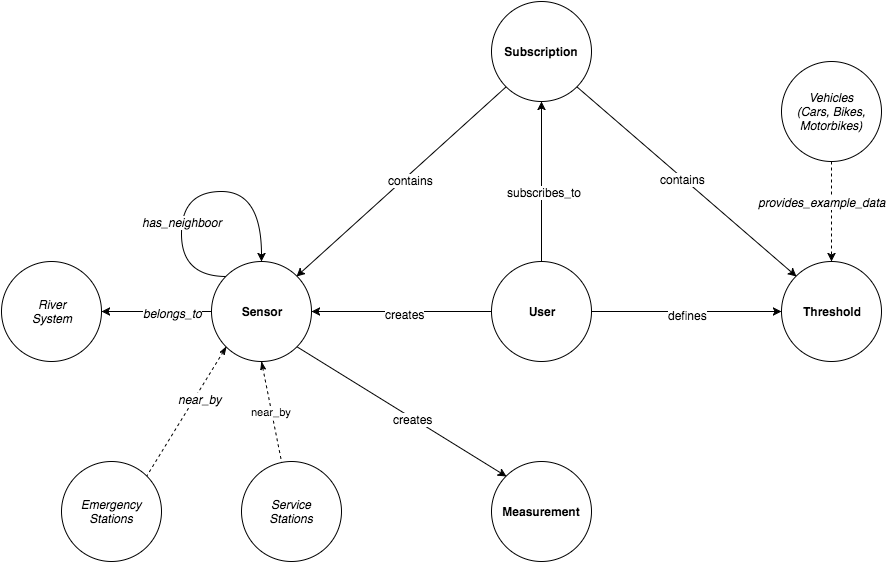
This is docs/img/relationships.png from nicho90/GWoT-VST-Docs, a draw.io export, as it was before one commit. Source tidied: cells renumbered, new cells last; positions are measured from the earlier drawing's top-left corner, leaving out a move shared by most shapes. Source of this version:
```xml
<mxGraphModel background="#ffffff">
  <root>
    <mxCell id="0" />
    <mxCell id="1" parent="0" />
    <mxCell id="2" style="edgeStyle=none;rounded=1;html=1;exitX=1;exitY=0.5;labelBackgroundColor=#ffffff;startArrow=none;startFill=0;endArrow=classic;endFill=1;jettySize=auto;strokeColor=#000000;strokeWidth=1;fontColor=#000000;fillColor=#ffffff;" parent="1" edge="1" source="8" target="18">
      <mxGeometry relative="1" as="geometry" />
    </mxCell>
    <mxCell id="3" value="defines" style="text;html=1;align=center;verticalAlign=middle;labelBackgroundColor=#ffffff;fontColor=#000000;" parent="2" vertex="1">
      <mxGeometry x="0.01" y="-3" relative="1" as="geometry" />
    </mxCell>
    <mxCell id="4" style="edgeStyle=none;rounded=1;html=1;exitX=0.5;exitY=0;labelBackgroundColor=#ffffff;startArrow=none;startFill=0;endArrow=classic;endFill=1;jettySize=auto;strokeColor=#000000;strokeWidth=1;fontColor=#000000;fillColor=#ffffff;" parent="1" edge="1" source="8" target="23">
      <mxGeometry relative="1" as="geometry" />
    </mxCell>
    <mxCell id="5" value="subscribes_to" style="text;html=1;align=center;verticalAlign=middle;labelBackgroundColor=#ffffff;fontColor=#000000;" parent="4" vertex="1">
      <mxGeometry x="-0.13" y="-2" relative="1" as="geometry" />
    </mxCell>
    <mxCell id="6" style="edgeStyle=none;rounded=1;html=1;exitX=0;exitY=0.5;entryX=1;entryY=0.5;labelBackgroundColor=#ffffff;startArrow=none;startFill=0;endArrow=classic;endFill=1;jettySize=auto;strokeColor=#000000;strokeWidth=1;fontColor=#000000;fillColor=#ffffff;" parent="1" edge="1" source="8" target="17">
      <mxGeometry relative="1" as="geometry" />
    </mxCell>
    <mxCell id="7" value="creates" style="text;html=1;align=center;verticalAlign=middle;labelBackgroundColor=#ffffff;fontColor=#000000;" parent="6" vertex="1">
      <mxGeometry x="-0.04" y="2" relative="1" as="geometry" />
    </mxCell>
    <mxCell id="8" value="User" style="ellipse;whiteSpace=wrap;html=1;labelBackgroundColor=none;fontColor=#000000;align=center;fontStyle=1;fillColor=#ffffff;strokeColor=#000000;" parent="1" vertex="1">
      <mxGeometry x="490" y="260" width="100" height="100" as="geometry" />
    </mxCell>
    <mxCell id="9" value="&lt;b&gt;Measurement&lt;/b&gt;" style="ellipse;whiteSpace=wrap;html=1;labelBackgroundColor=none;fontColor=#000000;align=center;fillColor=#ffffff;strokeColor=#000000;" parent="1" vertex="1">
      <mxGeometry x="490" y="460" width="100" height="100" as="geometry" />
    </mxCell>
    <mxCell id="10" style="edgeStyle=none;rounded=1;html=1;exitX=0;exitY=0.5;labelBackgroundColor=#ffffff;startArrow=none;startFill=0;endArrow=classic;endFill=1;jettySize=auto;strokeColor=#000000;strokeWidth=1;fontColor=#000000;fillColor=#ffffff;" parent="1" edge="1" source="17" target="27">
      <mxGeometry relative="1" as="geometry" />
    </mxCell>
    <mxCell id="11" value="belongs_to" style="text;html=1;align=center;verticalAlign=middle;labelBackgroundColor=#ffffff;fontColor=#000000;fontStyle=2;" parent="10" vertex="1">
      <mxGeometry x="-0.3" y="1" relative="1" as="geometry" />
    </mxCell>
    <mxCell id="12" style="edgeStyle=none;rounded=1;html=1;exitX=1;exitY=1;entryX=0;entryY=0;labelBackgroundColor=#ffffff;startArrow=none;startFill=0;endArrow=classic;endFill=1;jettySize=auto;strokeColor=#000000;strokeWidth=1;fontColor=#000000;fillColor=#ffffff;" parent="1" edge="1" source="17" target="9">
      <mxGeometry relative="1" as="geometry" />
    </mxCell>
    <mxCell id="13" value="creates" style="text;html=1;align=center;verticalAlign=middle;labelBackgroundColor=#ffffff;fontColor=#000000;" parent="12" vertex="1">
      <mxGeometry x="0.11" relative="1" as="geometry" />
    </mxCell>
    <mxCell id="14" style="edgeStyle=orthogonalEdgeStyle;rounded=1;html=1;exitX=0;exitY=0;labelBackgroundColor=#ffffff;startArrow=none;startFill=0;endArrow=classic;endFill=1;jettySize=auto;orthogonalLoop=1;strokeColor=#000000;strokeWidth=1;fontColor=#000000;entryX=0.5;entryY=0;curved=1;fillColor=#ffffff;" parent="1" edge="1" source="17" target="17">
      <mxGeometry relative="1" as="geometry">
        <Array as="points">
          <mxPoint x="180" y="275" />
          <mxPoint x="180" y="190" />
          <mxPoint x="260" y="190" />
        </Array>
      </mxGeometry>
    </mxCell>
    <mxCell id="15" value="has_neighboor" style="text;html=1;align=center;verticalAlign=middle;labelBackgroundColor=#ffffff;fontColor=#000000;fontStyle=2;" parent="14" vertex="1">
      <mxGeometry x="-0.13" y="-13" relative="1" as="geometry">
        <mxPoint x="-13" y="22" as="offset" />
      </mxGeometry>
    </mxCell>
    <mxCell id="16" value="near_by" style="rounded=1;html=1;exitX=0.5;exitY=1;labelBackgroundColor=#ffffff;startArrow=classicThin;startFill=1;endArrow=none;endFill=0;jettySize=auto;strokeColor=#000000;strokeWidth=1;fontColor=#000000;dashed=1;fillColor=#ffffff;" parent="1" edge="1" source="17" target="28">
      <mxGeometry relative="1" as="geometry" />
    </mxCell>
    <mxCell id="17" value="Sensor" style="ellipse;whiteSpace=wrap;html=1;labelBackgroundColor=none;fontColor=#000000;align=center;fontStyle=1;fillColor=#ffffff;strokeColor=#000000;" parent="1" vertex="1">
      <mxGeometry x="210" y="260" width="100" height="100" as="geometry" />
    </mxCell>
    <mxCell id="18" value="Threshold" style="ellipse;whiteSpace=wrap;html=1;labelBackgroundColor=none;fontColor=#000000;align=center;fontStyle=1;fillColor=#ffffff;strokeColor=#000000;" parent="1" vertex="1">
      <mxGeometry x="780" y="260" width="100" height="100" as="geometry" />
    </mxCell>
    <mxCell id="19" style="edgeStyle=none;rounded=1;html=1;exitX=0;exitY=1;entryX=1;entryY=0;labelBackgroundColor=#ffffff;startArrow=none;startFill=0;endArrow=classic;endFill=1;jettySize=auto;strokeColor=#000000;strokeWidth=1;fontColor=#000000;fillColor=#ffffff;" parent="1" edge="1" source="23" target="17">
      <mxGeometry relative="1" as="geometry" />
    </mxCell>
    <mxCell id="20" value="contains" style="text;html=1;align=center;verticalAlign=middle;labelBackgroundColor=#ffffff;fontColor=#000000;" parent="19" vertex="1">
      <mxGeometry x="-0.05" y="5" relative="1" as="geometry" />
    </mxCell>
    <mxCell id="21" style="edgeStyle=none;rounded=1;html=1;exitX=1;exitY=1;entryX=0;entryY=0;labelBackgroundColor=#ffffff;startArrow=none;startFill=0;endArrow=classic;endFill=1;jettySize=auto;strokeColor=#000000;strokeWidth=1;fontColor=#000000;fillColor=#ffffff;" parent="1" edge="1" source="23" target="18">
      <mxGeometry relative="1" as="geometry" />
    </mxCell>
    <mxCell id="22" value="contains" style="text;html=1;align=center;verticalAlign=middle;labelBackgroundColor=#ffffff;fontColor=#000000;" parent="21" vertex="1">
      <mxGeometry x="-0.03" y="-1" relative="1" as="geometry" />
    </mxCell>
    <mxCell id="23" value="Subscription" style="ellipse;whiteSpace=wrap;html=1;labelBackgroundColor=none;fontColor=#000000;align=center;fontStyle=1;fillColor=#ffffff;strokeColor=#000000;" parent="1" vertex="1">
      <mxGeometry x="490" width="100" height="100" as="geometry" />
    </mxCell>
    <mxCell id="24" style="edgeStyle=none;rounded=1;html=1;exitX=0.5;exitY=1;entryX=0.5;entryY=0;dashed=1;labelBackgroundColor=#ffffff;startArrow=none;startFill=0;endArrow=classic;endFill=1;jettySize=auto;strokeColor=#000000;strokeWidth=1;fontColor=#000000;fillColor=#ffffff;" parent="1" edge="1" source="26" target="18">
      <mxGeometry relative="1" as="geometry" />
    </mxCell>
    <mxCell id="25" value="provides_example_data" style="text;html=1;align=center;verticalAlign=middle;labelBackgroundColor=#ffffff;fontColor=#000000;fontStyle=2;" parent="24" vertex="1">
      <mxGeometry x="-0.15" relative="1" as="geometry">
        <mxPoint x="-10" y="-3" as="offset" />
      </mxGeometry>
    </mxCell>
    <mxCell id="26" value="Vehicles&lt;div&gt;(Cars, Bikes, Motorbikes&lt;span style=&quot;line-height: 1.2&quot;&gt;)&lt;/span&gt;&lt;/div&gt;" style="ellipse;whiteSpace=wrap;html=1;labelBackgroundColor=none;fontColor=#000000;align=center;fontStyle=2;fillColor=#ffffff;strokeColor=#000000;" parent="1" vertex="1">
      <mxGeometry x="780" y="60" width="100" height="100" as="geometry" />
    </mxCell>
    <mxCell id="27" value="River&lt;div&gt;System&lt;/div&gt;" style="ellipse;whiteSpace=wrap;html=1;labelBackgroundColor=none;fontColor=#000000;align=center;fontStyle=2;fillColor=#ffffff;strokeColor=#000000;" parent="1" vertex="1">
      <mxGeometry y="260" width="100" height="100" as="geometry" />
    </mxCell>
    <mxCell id="28" value="Service&lt;div&gt;&lt;span style=&quot;line-height: 1.2&quot;&gt;Stations&lt;/span&gt;&lt;br&gt;&lt;/div&gt;" style="ellipse;whiteSpace=wrap;html=1;labelBackgroundColor=none;fontColor=#000000;align=center;fontStyle=2;fillColor=#ffffff;strokeColor=#000000;" parent="1" vertex="1">
      <mxGeometry x="240" y="460" width="100" height="100" as="geometry" />
    </mxCell>
    <mxCell id="29" style="edgeStyle=none;rounded=1;html=1;exitX=0;exitY=1;dashed=1;labelBackgroundColor=#ffffff;startArrow=classicThin;startFill=1;endArrow=none;endFill=0;jettySize=auto;strokeColor=#000000;strokeWidth=1;fontColor=#000000;entryX=1;entryY=0;fillColor=#ffffff;" parent="1" edge="1" source="17" target="31">
      <mxGeometry relative="1" as="geometry" />
    </mxCell>
    <mxCell id="30" value="near_by" style="text;html=1;align=center;verticalAlign=middle;labelBackgroundColor=#ffffff;fontColor=#000000;fontStyle=2;" parent="29" vertex="1">
      <mxGeometry x="-0.23" y="4" relative="1" as="geometry">
        <mxPoint y="1" as="offset" />
      </mxGeometry>
    </mxCell>
    <mxCell id="31" value="&lt;div&gt;Emergency Stations&lt;/div&gt;" style="ellipse;whiteSpace=wrap;html=1;labelBackgroundColor=none;fontColor=#000000;align=center;fontStyle=2;fillColor=#ffffff;strokeColor=#000000;" parent="1" vertex="1">
      <mxGeometry x="60" y="460" width="100" height="100" as="geometry" />
    </mxCell>
  </root>
</mxGraphModel>
```
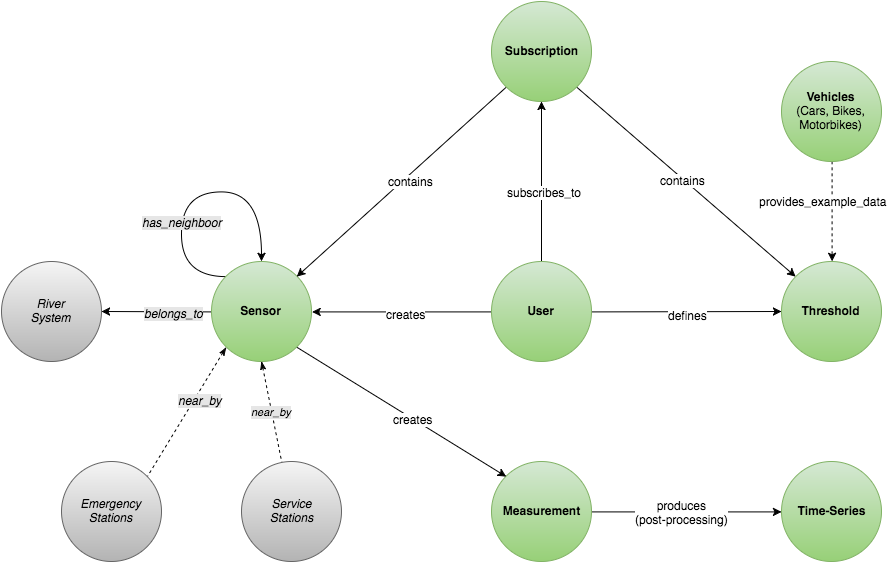
The same diagram one commit later.

Commit message:
Updated relationship-overview

What changed in the source:
```diff
@@ -20,16 +20,24 @@
     <mxCell id="7" value="creates" style="text;html=1;align=center;verticalAlign=middle;labelBackgroundColor=#ffffff;fontColor=#000000;" parent="6" vertex="1">
       <mxGeometry x="-0.04" y="2" relative="1" as="geometry" />
     </mxCell>
-    <mxCell id="8" value="User" style="ellipse;whiteSpace=wrap;html=1;labelBackgroundColor=none;fontColor=#000000;align=center;fontStyle=1;fillColor=#ffffff;strokeColor=#000000;" parent="1" vertex="1">
+    <mxCell id="8" value="User" style="ellipse;whiteSpace=wrap;html=1;labelBackgroundColor=none;fontColor=#000000;align=center;fontStyle=1;plain-green;" parent="1" vertex="1">
       <mxGeometry x="490" y="260" width="100" height="100" as="geometry" />
     </mxCell>
+    <mxCell id="32" style="edgeStyle=none;rounded=0;html=1;exitX=1;exitY=0.5;entryX=0;entryY=0.5;labelBackgroundColor=#ffffff;startArrow=none;startFill=0;endArrow=classic;endFill=1;jettySize=auto;" parent="1" edge="1" source="9" target="34">
+      <mxGeometry relative="1" as="geometry" />
+    </mxCell>
+    <mxCell id="33" value="produces&lt;div&gt;(post-processing)&lt;/div&gt;" style="text;html=1;align=center;verticalAlign=middle;labelBackgroundColor=#ffffff;" parent="32" vertex="1">
+      <mxGeometry x="-0.26" y="2" relative="1" as="geometry">
+        <mxPoint x="20" y="2" as="offset" />
+      </mxGeometry>
+    </mxCell>
-    <mxCell id="9" value="&lt;b&gt;Measurement&lt;/b&gt;" style="ellipse;whiteSpace=wrap;html=1;labelBackgroundColor=none;fontColor=#000000;align=center;fillColor=#ffffff;strokeColor=#000000;" parent="1" vertex="1">
+    <mxCell id="9" value="&lt;b&gt;Measurement&lt;/b&gt;" style="ellipse;whiteSpace=wrap;html=1;labelBackgroundColor=none;fontColor=#000000;align=center;plain-green;" parent="1" vertex="1">
       <mxGeometry x="490" y="460" width="100" height="100" as="geometry" />
     </mxCell>
     <mxCell id="10" style="edgeStyle=none;rounded=1;html=1;exitX=0;exitY=0.5;labelBackgroundColor=#ffffff;startArrow=none;startFill=0;endArrow=classic;endFill=1;jettySize=auto;strokeColor=#000000;strokeWidth=1;fontColor=#000000;fillColor=#ffffff;" parent="1" edge="1" source="17" target="27">
       <mxGeometry relative="1" as="geometry" />
     </mxCell>
-    <mxCell id="11" value="belongs_to" style="text;html=1;align=center;verticalAlign=middle;labelBackgroundColor=#ffffff;fontColor=#000000;fontStyle=2;" parent="10" vertex="1">
+    <mxCell id="11" value="belongs_to" style="text;html=1;align=center;verticalAlign=middle;labelBackgroundColor=#E6E6E6;fontColor=#000000;fontStyle=2;" parent="10" vertex="1">
       <mxGeometry x="-0.3" y="1" relative="1" as="geometry" />
     </mxCell>
     <mxCell id="12" style="edgeStyle=none;rounded=1;html=1;exitX=1;exitY=1;entryX=0;entryY=0;labelBackgroundColor=#ffffff;startArrow=none;startFill=0;endArrow=classic;endFill=1;jettySize=auto;strokeColor=#000000;strokeWidth=1;fontColor=#000000;fillColor=#ffffff;" parent="1" edge="1" source="17" target="9">
@@ -47,18 +55,18 @@
         </Array>
       </mxGeometry>
     </mxCell>
-    <mxCell id="15" value="has_neighboor" style="text;html=1;align=center;verticalAlign=middle;labelBackgroundColor=#ffffff;fontColor=#000000;fontStyle=2;" parent="14" vertex="1">
+    <mxCell id="15" value="has_neighboor" style="text;html=1;align=center;verticalAlign=middle;labelBackgroundColor=#E6E6E6;fontColor=#000000;fontStyle=2;" parent="14" vertex="1">
       <mxGeometry x="-0.13" y="-13" relative="1" as="geometry">
         <mxPoint x="-13" y="22" as="offset" />
       </mxGeometry>
     </mxCell>
-    <mxCell id="16" value="near_by" style="rounded=1;html=1;exitX=0.5;exitY=1;labelBackgroundColor=#ffffff;startArrow=classicThin;startFill=1;endArrow=none;endFill=0;jettySize=auto;strokeColor=#000000;strokeWidth=1;fontColor=#000000;dashed=1;fillColor=#ffffff;" parent="1" edge="1" source="17" target="28">
+    <mxCell id="16" value="near_by" style="rounded=1;html=1;exitX=0.5;exitY=1;labelBackgroundColor=#E6E6E6;startArrow=classicThin;startFill=1;endArrow=none;endFill=0;jettySize=auto;strokeColor=#000000;strokeWidth=1;fontColor=#000000;dashed=1;fillColor=#ffffff;fontStyle=2;" parent="1" edge="1" source="17" target="28">
       <mxGeometry relative="1" as="geometry" />
     </mxCell>
-    <mxCell id="17" value="Sensor" style="ellipse;whiteSpace=wrap;html=1;labelBackgroundColor=none;fontColor=#000000;align=center;fontStyle=1;fillColor=#ffffff;strokeColor=#000000;" parent="1" vertex="1">
+    <mxCell id="17" value="Sensor" style="ellipse;whiteSpace=wrap;html=1;labelBackgroundColor=none;fontColor=#000000;align=center;fontStyle=1;plain-green;" parent="1" vertex="1">
       <mxGeometry x="210" y="260" width="100" height="100" as="geometry" />
     </mxCell>
-    <mxCell id="18" value="Threshold" style="ellipse;whiteSpace=wrap;html=1;labelBackgroundColor=none;fontColor=#000000;align=center;fontStyle=1;fillColor=#ffffff;strokeColor=#000000;" parent="1" vertex="1">
+    <mxCell id="18" value="Threshold" style="ellipse;whiteSpace=wrap;html=1;labelBackgroundColor=none;fontColor=#000000;align=center;fontStyle=1;plain-green;" parent="1" vertex="1">
       <mxGeometry x="780" y="260" width="100" height="100" as="geometry" />
     </mxCell>
     <mxCell id="19" style="edgeStyle=none;rounded=1;html=1;exitX=0;exitY=1;entryX=1;entryY=0;labelBackgroundColor=#ffffff;startArrow=none;startFill=0;endArrow=classic;endFill=1;jettySize=auto;strokeColor=#000000;strokeWidth=1;fontColor=#000000;fillColor=#ffffff;" parent="1" edge="1" source="23" target="17">
@@ -73,36 +81,39 @@
     <mxCell id="22" value="contains" style="text;html=1;align=center;verticalAlign=middle;labelBackgroundColor=#ffffff;fontColor=#000000;" parent="21" vertex="1">
       <mxGeometry x="-0.03" y="-1" relative="1" as="geometry" />
     </mxCell>
-    <mxCell id="23" value="Subscription" style="ellipse;whiteSpace=wrap;html=1;labelBackgroundColor=none;fontColor=#000000;align=center;fontStyle=1;fillColor=#ffffff;strokeColor=#000000;" parent="1" vertex="1">
+    <mxCell id="23" value="Subscription" style="ellipse;whiteSpace=wrap;html=1;labelBackgroundColor=none;fontColor=#000000;align=center;fontStyle=1;plain-green;" parent="1" vertex="1">
       <mxGeometry x="490" width="100" height="100" as="geometry" />
     </mxCell>
     <mxCell id="24" style="edgeStyle=none;rounded=1;html=1;exitX=0.5;exitY=1;entryX=0.5;entryY=0;dashed=1;labelBackgroundColor=#ffffff;startArrow=none;startFill=0;endArrow=classic;endFill=1;jettySize=auto;strokeColor=#000000;strokeWidth=1;fontColor=#000000;fillColor=#ffffff;" parent="1" edge="1" source="26" target="18">
       <mxGeometry relative="1" as="geometry" />
     </mxCell>
-    <mxCell id="25" value="provides_example_data" style="text;html=1;align=center;verticalAlign=middle;labelBackgroundColor=#ffffff;fontColor=#000000;fontStyle=2;" parent="24" vertex="1">
+    <mxCell id="25" value="provides_example_data" style="text;html=1;align=center;verticalAlign=middle;labelBackgroundColor=#ffffff;fontColor=#000000;fontStyle=0;" parent="24" vertex="1">
       <mxGeometry x="-0.15" relative="1" as="geometry">
         <mxPoint x="-10" y="-3" as="offset" />
       </mxGeometry>
     </mxCell>
-    <mxCell id="26" value="Vehicles&lt;div&gt;(Cars, Bikes, Motorbikes&lt;span style=&quot;line-height: 1.2&quot;&gt;)&lt;/span&gt;&lt;/div&gt;" style="ellipse;whiteSpace=wrap;html=1;labelBackgroundColor=none;fontColor=#000000;align=center;fontStyle=2;fillColor=#ffffff;strokeColor=#000000;" parent="1" vertex="1">
+    <mxCell id="26" value="&lt;b&gt;Vehicles&lt;/b&gt;&lt;div&gt;(Cars, Bikes, Motorbikes&lt;span style=&quot;line-height: 1.2&quot;&gt;)&lt;/span&gt;&lt;/div&gt;" style="ellipse;whiteSpace=wrap;html=1;labelBackgroundColor=none;fontColor=#000000;align=center;fontStyle=0;plain-green;" parent="1" vertex="1">
       <mxGeometry x="780" y="60" width="100" height="100" as="geometry" />
     </mxCell>
-    <mxCell id="27" value="River&lt;div&gt;System&lt;/div&gt;" style="ellipse;whiteSpace=wrap;html=1;labelBackgroundColor=none;fontColor=#000000;align=center;fontStyle=2;fillColor=#ffffff;strokeColor=#000000;" parent="1" vertex="1">
+    <mxCell id="27" value="River&lt;div&gt;System&lt;/div&gt;" style="ellipse;whiteSpace=wrap;html=1;labelBackgroundColor=none;fontColor=#000000;align=center;fontStyle=2;plain-gray;" parent="1" vertex="1">
       <mxGeometry y="260" width="100" height="100" as="geometry" />
     </mxCell>
-    <mxCell id="28" value="Service&lt;div&gt;&lt;span style=&quot;line-height: 1.2&quot;&gt;Stations&lt;/span&gt;&lt;br&gt;&lt;/div&gt;" style="ellipse;whiteSpace=wrap;html=1;labelBackgroundColor=none;fontColor=#000000;align=center;fontStyle=2;fillColor=#ffffff;strokeColor=#000000;" parent="1" vertex="1">
+    <mxCell id="28" value="Service&lt;div&gt;&lt;span style=&quot;line-height: 1.2&quot;&gt;Stations&lt;/span&gt;&lt;br&gt;&lt;/div&gt;" style="ellipse;whiteSpace=wrap;html=1;labelBackgroundColor=none;fontColor=#000000;align=center;fontStyle=2;plain-gray;" parent="1" vertex="1">
       <mxGeometry x="240" y="460" width="100" height="100" as="geometry" />
     </mxCell>
     <mxCell id="29" style="edgeStyle=none;rounded=1;html=1;exitX=0;exitY=1;dashed=1;labelBackgroundColor=#ffffff;startArrow=classicThin;startFill=1;endArrow=none;endFill=0;jettySize=auto;strokeColor=#000000;strokeWidth=1;fontColor=#000000;entryX=1;entryY=0;fillColor=#ffffff;" parent="1" edge="1" source="17" target="31">
       <mxGeometry relative="1" as="geometry" />
     </mxCell>
-    <mxCell id="30" value="near_by" style="text;html=1;align=center;verticalAlign=middle;labelBackgroundColor=#ffffff;fontColor=#000000;fontStyle=2;" parent="29" vertex="1">
+    <mxCell id="30" value="near_by" style="text;html=1;align=center;verticalAlign=middle;labelBackgroundColor=#E6E6E6;fontColor=#000000;fontStyle=2;" parent="29" vertex="1">
       <mxGeometry x="-0.23" y="4" relative="1" as="geometry">
         <mxPoint y="1" as="offset" />
       </mxGeometry>
     </mxCell>
-    <mxCell id="31" value="&lt;div&gt;Emergency Stations&lt;/div&gt;" style="ellipse;whiteSpace=wrap;html=1;labelBackgroundColor=none;fontColor=#000000;align=center;fontStyle=2;fillColor=#ffffff;strokeColor=#000000;" parent="1" vertex="1">
+    <mxCell id="31" value="&lt;div&gt;Emergency Stations&lt;/div&gt;" style="ellipse;whiteSpace=wrap;html=1;labelBackgroundColor=none;fontColor=#000000;align=center;fontStyle=2;plain-gray;" parent="1" vertex="1">
       <mxGeometry x="60" y="460" width="100" height="100" as="geometry" />
     </mxCell>
+    <mxCell id="34" value="&lt;b&gt;Time-Series&lt;/b&gt;" style="ellipse;whiteSpace=wrap;html=1;labelBackgroundColor=none;fontColor=#000000;align=center;plain-green;" parent="1" vertex="1">
+      <mxGeometry x="780" y="460" width="100" height="100" as="geometry" />
+    </mxCell>
   </root>
 </mxGraphModel>
```
